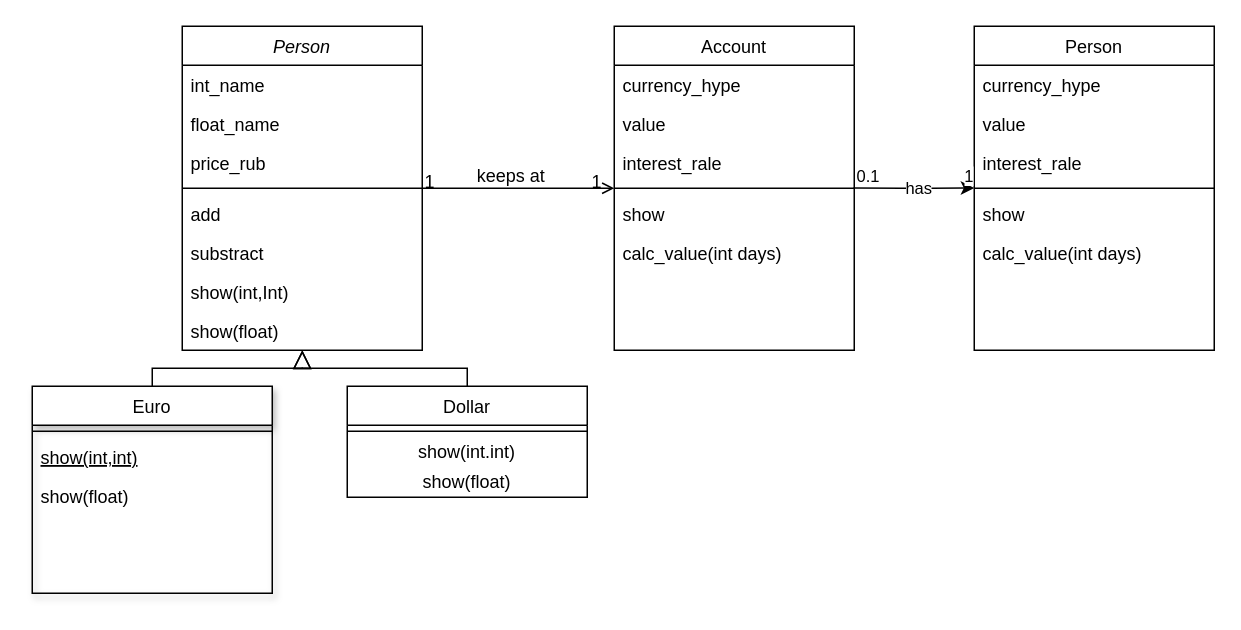
Before: money.drawio in tacha7/Asya, a draw.io diagram. Source tidied: cells renumbered, new cells numbered last; positions are measured from the earlier drawing's top-left corner, leaving out a move shared by most shapes. Both pictures are drawn from the tidied source at 150%, with x=0, y=0 at pixel (32, 26).
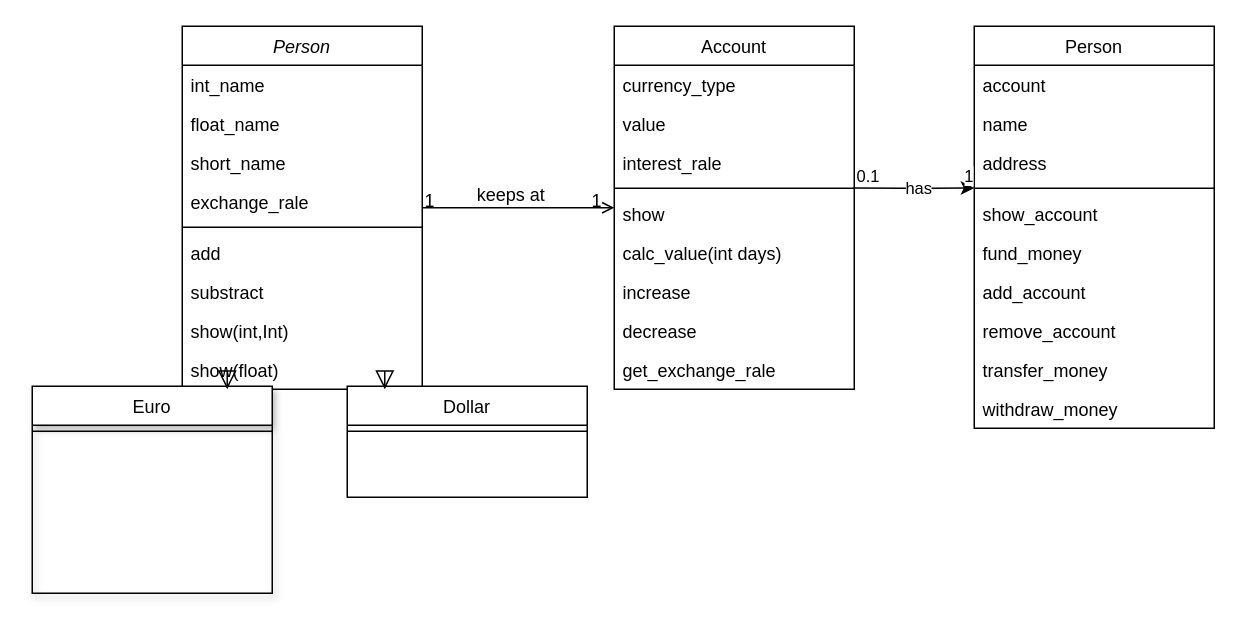
The same diagram, later.

The change refers to these unchanged cells:
```xml
<mxCell id="11" value="Euro" style="swimlane;fontStyle=0;align=center;verticalAlign=top;horizontal=1;startSize=26;rounded=0;shadow=1;strokeWidth=1;" parent="1" vertex="1">
  <mxGeometry y="240" width="160" height="138" as="geometry" />
</mxCell>
<mxCell id="16" value="Dollar" style="swimlane;fontStyle=0;align=center;verticalAlign=top;horizontal=1;startSize=26;rounded=0;shadow=0;strokeWidth=1;" parent="1" vertex="1">
  <mxGeometry x="210" y="240" width="160" height="74" as="geometry" />
</mxCell>
```

The edit, as a diff of the source:
```diff
@@
     <mxCell id="2" value="Person" style="swimlane;fontStyle=2;align=center;verticalAlign=top;horizontal=1;startSize=26;rounded=0;shadow=0;strokeWidth=1;" parent="1" vertex="1">
-      <mxGeometry x="100" width="160" height="216" as="geometry" />
+      <mxGeometry x="100" width="160" height="242" as="geometry" />
     </mxCell>
@@
-    <mxCell id="5" value="price_rub" style="text;align=left;verticalAlign=top;spacingLeft=4;spacingRight=4;overflow=hidden;rounded=0;shadow=0;html=0;" parent="2" vertex="1">
+    <mxCell id="5" value="short_name" style="text;align=left;verticalAlign=top;spacingLeft=4;spacingRight=4;overflow=hidden;rounded=0;shadow=0;html=0;" parent="2" vertex="1">
       <mxGeometry y="78" width="160" height="26" as="geometry" />
     </mxCell>
+    <mxCell id="42" value="exchange_rale" style="text;align=left;verticalAlign=top;spacingLeft=4;spacingRight=4;overflow=hidden;rounded=0;shadow=0;html=0;" parent="2" vertex="1">
+      <mxGeometry y="104" width="160" height="26" as="geometry" />
+    </mxCell>
     <mxCell id="6" style="line;html=1;strokeWidth=1;align=left;verticalAlign=middle;spacingTop=-1;spacingLeft=3;spacingRight=3;labelPosition=right;" parent="2" vertex="1">
-      <mxGeometry y="104" width="160" height="8" as="geometry" />
+      <mxGeometry y="130" width="160" height="8" as="geometry" />
     </mxCell>
     <mxCell id="7" value="add" style="text;align=left;verticalAlign=top;spacingLeft=4;spacingRight=4;overflow=hidden;" parent="2" vertex="1">
-      <mxGeometry y="112" width="160" height="26" as="geometry" />
+      <mxGeometry y="138" width="160" height="26" as="geometry" />
     </mxCell>
     <mxCell id="8" value="substract" style="text;align=left;verticalAlign=top;spacingLeft=4;spacingRight=4;overflow=hidden;" parent="2" vertex="1">
-      <mxGeometry y="138" width="160" height="26" as="geometry" />
+      <mxGeometry y="164" width="160" height="26" as="geometry" />
     </mxCell>
     <mxCell id="9" value="show(int,Int)" style="text;align=left;verticalAlign=top;spacingLeft=4;spacingRight=4;overflow=hidden;" parent="2" vertex="1">
-      <mxGeometry y="164" width="160" height="26" as="geometry" />
+      <mxGeometry y="190" width="160" height="26" as="geometry" />
     </mxCell>
     <mxCell id="10" value="show(float)" style="text;align=left;verticalAlign=top;spacingLeft=4;spacingRight=4;overflow=hidden;" parent="2" vertex="1">
-      <mxGeometry y="190" width="160" height="26" as="geometry" />
+      <mxGeometry y="216" width="160" height="26" as="geometry" />
     </mxCell>
@@
-    <mxCell id="13" value="show(int,int)" style="text;align=left;verticalAlign=top;spacingLeft=4;spacingRight=4;overflow=hidden;fontStyle=4;" parent="11" vertex="1">
-      <mxGeometry y="34" width="160" height="26" as="geometry" />
-    </mxCell>
-    <mxCell id="14" value="show(float)" style="text;align=left;verticalAlign=top;spacingLeft=4;spacingRight=4;overflow=hidden;" parent="11" vertex="1">
-      <mxGeometry y="60" width="160" height="26" as="geometry" />
-    </mxCell>
@@
-    <mxCell id="18" value="show(int.int)" style="text;html=1;strokeColor=none;fillColor=none;align=center;verticalAlign=middle;whiteSpace=wrap;rounded=0;glass=0;" parent="16" vertex="1">
-      <mxGeometry y="34" width="160" height="20" as="geometry" />
-    </mxCell>
-    <mxCell id="19" value="show(float)" style="text;html=1;strokeColor=none;fillColor=none;align=center;verticalAlign=middle;whiteSpace=wrap;rounded=0;" parent="16" vertex="1">
-      <mxGeometry y="54" width="160" height="20" as="geometry" />
-    </mxCell>
@@
     <mxCell id="21" value="Account" style="swimlane;fontStyle=0;align=center;verticalAlign=top;horizontal=1;startSize=26;rounded=0;shadow=0;strokeWidth=1;" parent="1" vertex="1">
-      <mxGeometry x="388" width="160" height="216" as="geometry" />
+      <mxGeometry x="388" width="160" height="242" as="geometry" />
     </mxCell>
-    <mxCell id="22" value="currency_hype" style="text;align=left;verticalAlign=top;spacingLeft=4;spacingRight=4;overflow=hidden;" parent="21" vertex="1">
+    <mxCell id="22" value="currency_type" style="text;align=left;verticalAlign=top;spacingLeft=4;spacingRight=4;overflow=hidden;" parent="21" vertex="1">
       <mxGeometry y="26" width="160" height="26" as="geometry" />
     </mxCell>
@@
+    <mxCell id="43" value="calc_value(int days)" style="text;align=left;verticalAlign=top;spacingLeft=4;spacingRight=4;overflow=hidden;" parent="21" vertex="1">
+      <mxGeometry y="138" width="160" height="26" as="geometry" />
+    </mxCell>
+    <mxCell id="44" value="increase" style="text;align=left;verticalAlign=top;spacingLeft=4;spacingRight=4;overflow=hidden;" parent="21" vertex="1">
+      <mxGeometry y="164" width="160" height="26" as="geometry" />
+    </mxCell>
+    <mxCell id="45" value="decrease" style="text;align=left;verticalAlign=top;spacingLeft=4;spacingRight=4;overflow=hidden;" parent="21" vertex="1">
+      <mxGeometry y="190" width="160" height="26" as="geometry" />
+    </mxCell>
-    <mxCell id="27" value="calc_value(int days)" style="text;align=left;verticalAlign=top;spacingLeft=4;spacingRight=4;overflow=hidden;" parent="21" vertex="1">
-      <mxGeometry y="138" width="160" height="26" as="geometry" />
+    <mxCell id="27" value="get_exchange_rale" style="text;align=left;verticalAlign=top;spacingLeft=4;spacingRight=4;overflow=hidden;" parent="21" vertex="1">
+      <mxGeometry y="216" width="160" height="26" as="geometry" />
     </mxCell>
@@
     <mxCell id="32" value="Person" style="swimlane;fontStyle=0;align=center;verticalAlign=top;horizontal=1;startSize=26;rounded=0;shadow=0;strokeWidth=1;" parent="1" vertex="1">
-      <mxGeometry x="628" width="160" height="216" as="geometry" />
+      <mxGeometry x="628" width="160" height="268" as="geometry" />
     </mxCell>
-    <mxCell id="33" value="currency_hype" style="text;align=left;verticalAlign=top;spacingLeft=4;spacingRight=4;overflow=hidden;" parent="32" vertex="1">
+    <mxCell id="33" value="account" style="text;align=left;verticalAlign=top;spacingLeft=4;spacingRight=4;overflow=hidden;" parent="32" vertex="1">
       <mxGeometry y="26" width="160" height="26" as="geometry" />
     </mxCell>
-    <mxCell id="34" value="value" style="text;align=left;verticalAlign=top;spacingLeft=4;spacingRight=4;overflow=hidden;rounded=0;shadow=0;html=0;" parent="32" vertex="1">
+    <mxCell id="34" value="name" style="text;align=left;verticalAlign=top;spacingLeft=4;spacingRight=4;overflow=hidden;rounded=0;shadow=0;html=0;" parent="32" vertex="1">
       <mxGeometry y="52" width="160" height="26" as="geometry" />
     </mxCell>
-    <mxCell id="35" value="interest_rale" style="text;align=left;verticalAlign=top;spacingLeft=4;spacingRight=4;overflow=hidden;rounded=0;shadow=0;html=0;" parent="32" vertex="1">
+    <mxCell id="35" value="address" style="text;align=left;verticalAlign=top;spacingLeft=4;spacingRight=4;overflow=hidden;rounded=0;shadow=0;html=0;" parent="32" vertex="1">
       <mxGeometry y="78" width="160" height="26" as="geometry" />
     </mxCell>
@@
-    <mxCell id="37" value="show" style="text;align=left;verticalAlign=top;spacingLeft=4;spacingRight=4;overflow=hidden;" parent="32" vertex="1">
+    <mxCell id="37" value="show_account" style="text;align=left;verticalAlign=top;spacingLeft=4;spacingRight=4;overflow=hidden;" parent="32" vertex="1">
       <mxGeometry y="112" width="160" height="26" as="geometry" />
     </mxCell>
+    <mxCell id="46" value="fund_money" style="text;align=left;verticalAlign=top;spacingLeft=4;spacingRight=4;overflow=hidden;" parent="32" vertex="1">
+      <mxGeometry y="138" width="160" height="26" as="geometry" />
+    </mxCell>
+    <mxCell id="47" value="add_account" style="text;align=left;verticalAlign=top;spacingLeft=4;spacingRight=4;overflow=hidden;" parent="32" vertex="1">
+      <mxGeometry y="164" width="160" height="26" as="geometry" />
+    </mxCell>
+    <mxCell id="48" value="remove_account" style="text;align=left;verticalAlign=top;spacingLeft=4;spacingRight=4;overflow=hidden;" parent="32" vertex="1">
+      <mxGeometry y="190" width="160" height="26" as="geometry" />
+    </mxCell>
-    <mxCell id="38" value="calc_value(int days)" style="text;align=left;verticalAlign=top;spacingLeft=4;spacingRight=4;overflow=hidden;" parent="32" vertex="1">
-      <mxGeometry y="138" width="160" height="26" as="geometry" />
+    <mxCell id="38" value="transfer_money" style="text;align=left;verticalAlign=top;spacingLeft=4;spacingRight=4;overflow=hidden;" parent="32" vertex="1">
+      <mxGeometry y="216" width="160" height="26" as="geometry" />
     </mxCell>
+    <mxCell id="49" value="withdraw_money" style="text;align=left;verticalAlign=top;spacingLeft=4;spacingRight=4;overflow=hidden;" parent="32" vertex="1">
+      <mxGeometry y="242" width="160" height="26" as="geometry" />
+    </mxCell>
```
